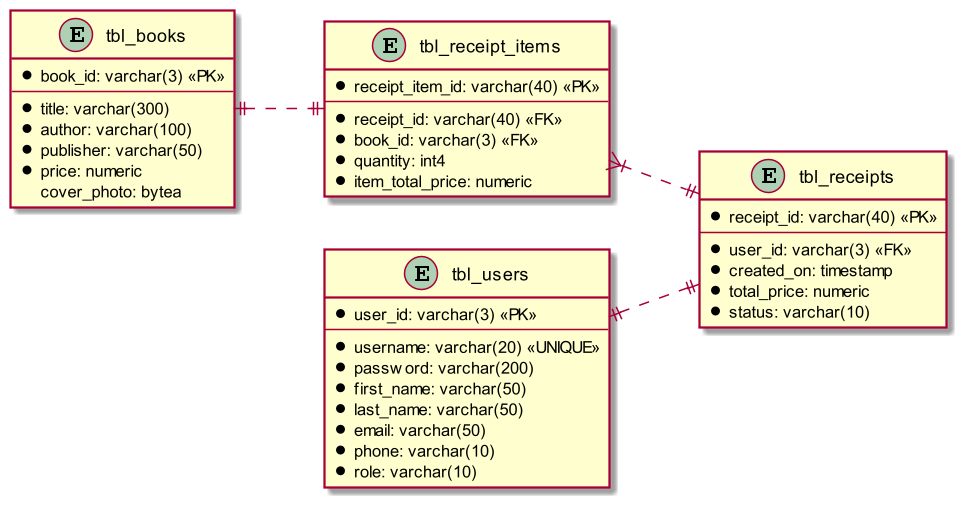
Above: out/Diagrams/erd_bookstore/erd_bookstore.png in linhtch90/eProject2_Notes (PlantUML), before the change. The source it was exported from:
```plantuml
@startuml

scale 1.5
left to right direction

entity "tbl_books" as tbl_books {
    *book_id: varchar(3) <<PK>>
    --
    *title: varchar(300)
    *author: varchar(100)
    *publisher: varchar(50)
    *price: numeric
    cover_photo: bytea
}

entity "tbl_users" as tbl_users {
    *user_id: varchar(3) <<PK>>
    --
    *username: varchar(20) <<UNIQUE>>
    *password: varchar(200)
    *first_name: varchar(50)
    *last_name: varchar(50)
    *email: varchar(50)
    *phone: varchar(10)
    *role: varchar(10)
}

entity "tbl_receipts" as tbl_receipts {
    *receipt_id: varchar(40) <<PK>>
    --
    *user_id: varchar(3) <<FK>>
    *created_on: timestamp
    *total_price: numeric
    *status: varchar(10)
}

entity "tbl_receipt_items" as tbl_receipt_items {
    *receipt_item_id: varchar(40) <<PK>>
    --
    *receipt_id: varchar(40) <<FK>>
    *book_id: varchar(3) <<FK>>
    *quantity: int4
    *item_total_price: numeric
}

tbl_users ||..|| tbl_receipts
tbl_receipt_items }|..|| tbl_receipts
tbl_books ||..|| tbl_receipt_items

@enduml
```
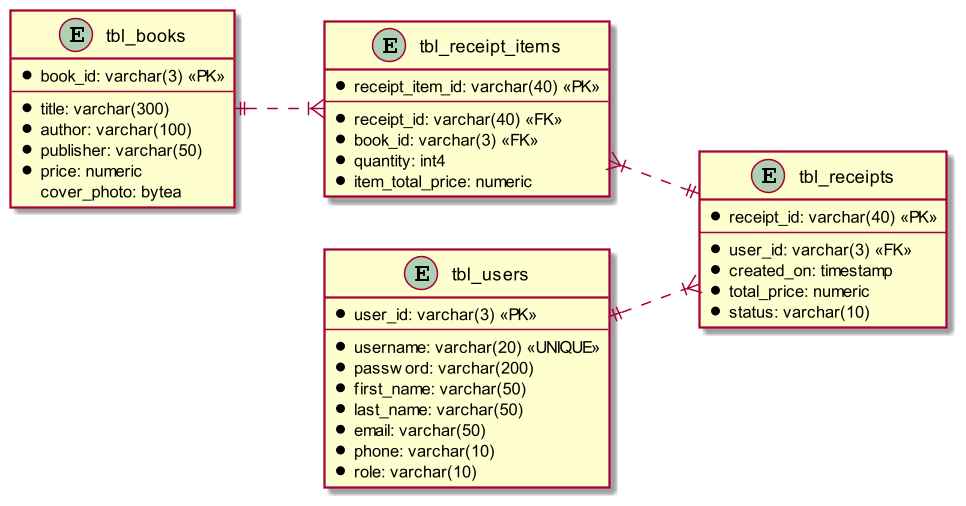
After the change.

Diff of the diagram source:
```diff
@@ -43,8 +43,8 @@
     *item_total_price: numeric
 }
 
-tbl_users ||..|| tbl_receipts
+tbl_users ||..|{ tbl_receipts
 tbl_receipt_items }|..|| tbl_receipts
-tbl_books ||..|| tbl_receipt_items
+tbl_books ||..|{ tbl_receipt_items
 
 @enduml
```
